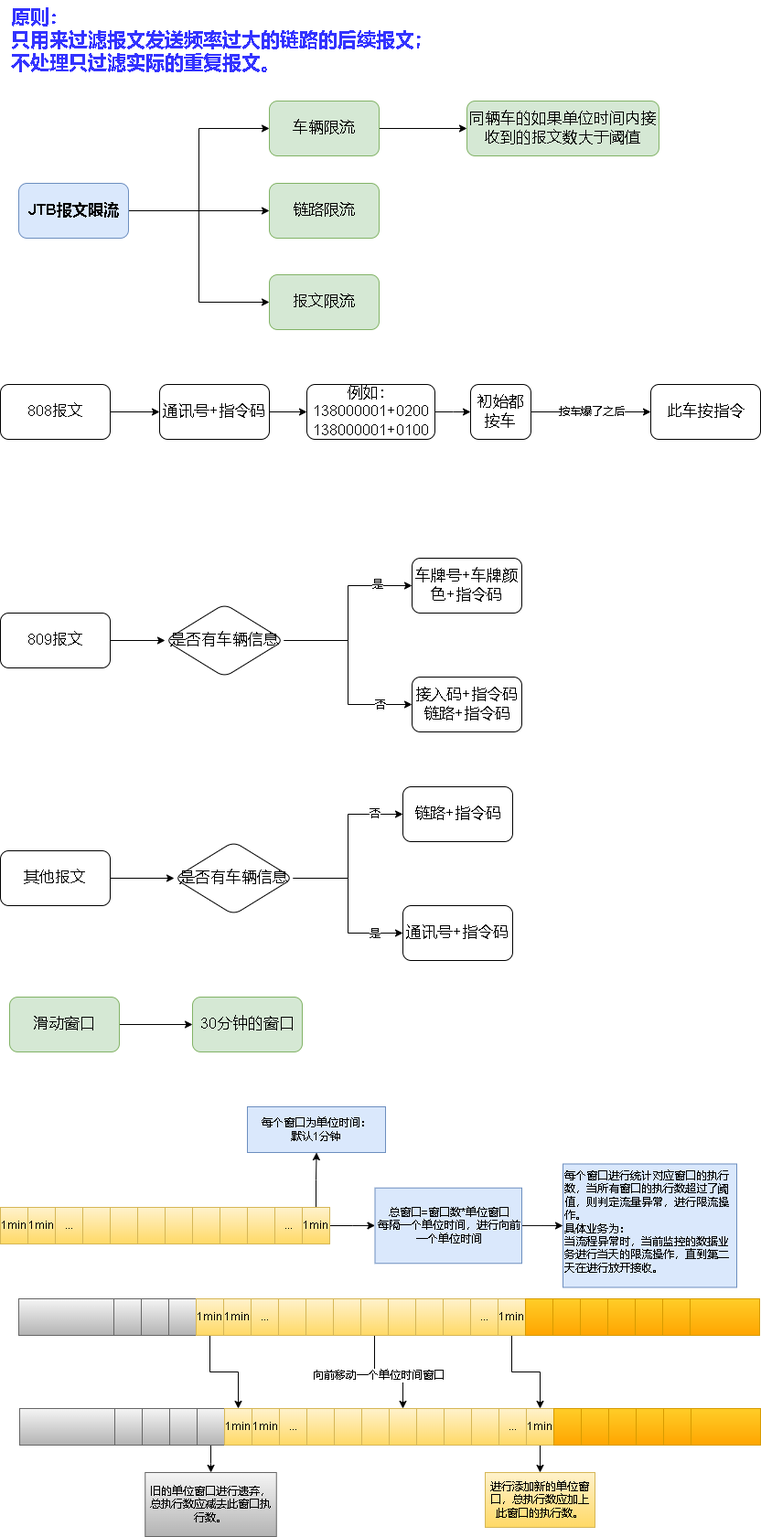
This is jtb报文限流.drawio.png from xktder/draw, a draw.io export, as it was before one commit. Source tidied: cells renumbered, new cells last; positions are measured from the earlier drawing's top-left corner, leaving out a move shared by most shapes.
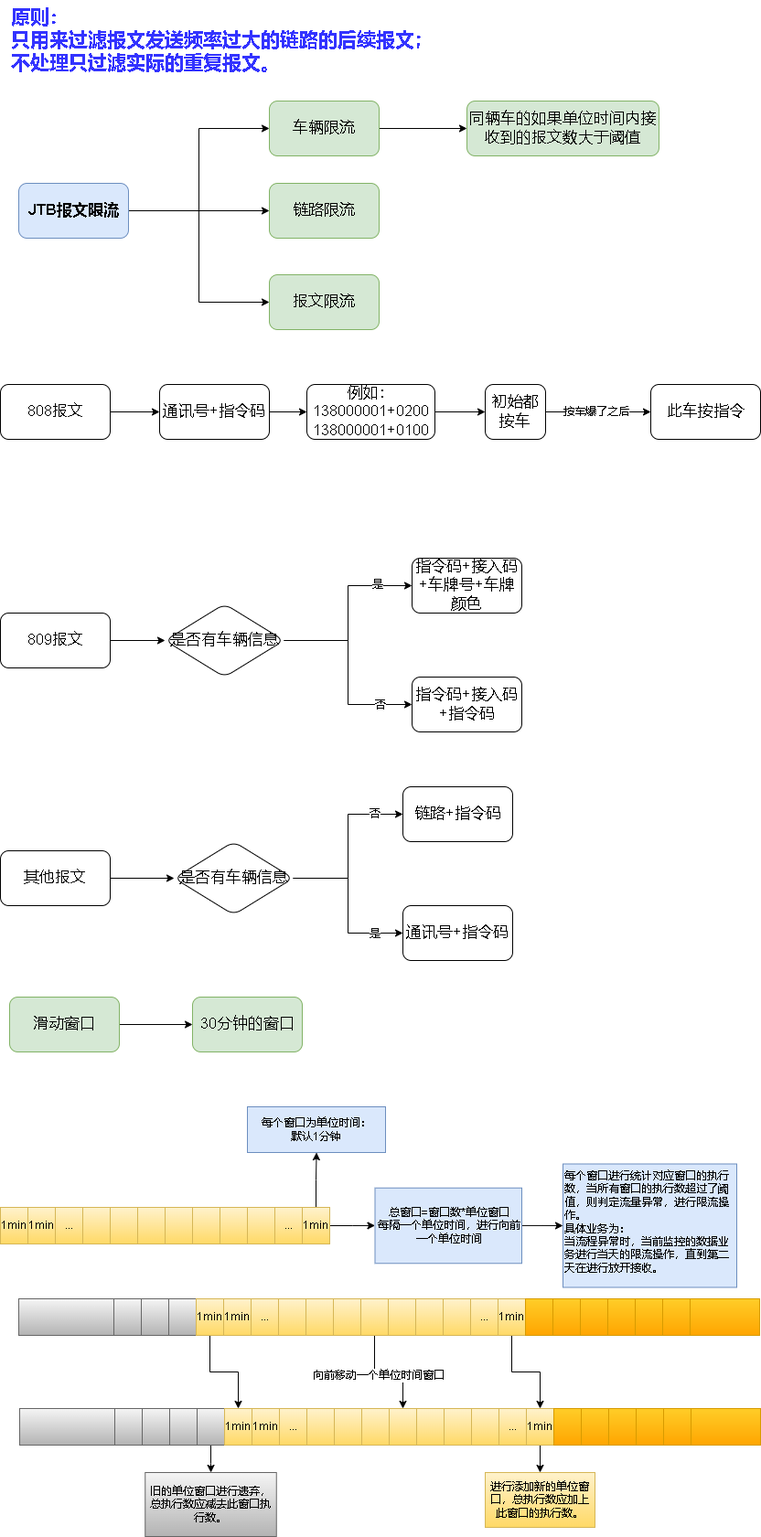
After the change.

Commit message:
更新jtb报文限流.drawio.png

The edit, as a diff of the source:
```diff
@@ -84,10 +84,10 @@
     <mxCell id="27" value="&lt;font style=&quot;font-size: 21px;&quot;&gt;&lt;b&gt;原则：&lt;br&gt;只用来过滤报文发送频率过大的链路的后续报文；&lt;br&gt;不处理只过滤实际的重复报文。&lt;/b&gt;&lt;/font&gt;" style="text;html=1;strokeColor=none;fillColor=none;align=left;verticalAlign=top;whiteSpace=wrap;rounded=0;fontColor=#3333FF;" parent="1" vertex="1">
       <mxGeometry x="10" width="640" height="80" as="geometry" />
     </mxCell>
-    <mxCell id="28" value="接入码+指令码&lt;br&gt;链路+指令码" style="whiteSpace=wrap;html=1;fontSize=17;rounded=1;" parent="1" vertex="1">
+    <mxCell id="28" value="指令码+接入码&lt;br&gt;+指令码" style="whiteSpace=wrap;html=1;fontSize=17;rounded=1;" parent="1" vertex="1">
       <mxGeometry x="450" y="740" width="120" height="60" as="geometry" />
     </mxCell>
-    <mxCell id="29" value="车牌号+车牌颜色+指令码" style="whiteSpace=wrap;html=1;fontSize=17;rounded=1;" parent="1" vertex="1">
+    <mxCell id="29" value="指令码+接入码+车牌号+车牌颜色" style="whiteSpace=wrap;html=1;fontSize=17;rounded=1;" parent="1" vertex="1">
       <mxGeometry x="450" y="610" width="120" height="60" as="geometry" />
     </mxCell>
     <mxCell id="30" style="edgeStyle=orthogonalEdgeStyle;rounded=0;jettySize=auto;html=1;fontSize=12;fontColor=#000000;" parent="1" edge="1" source="34" target="35">
@@ -365,11 +365,11 @@
     </mxCell>
     <mxCell id="114" value="按车爆了之后" style="edgeLabel;html=1;align=center;verticalAlign=middle;fontSize=12;fontColor=#000000;" parent="113" vertex="1">
       <mxGeometry x="-0.2" relative="1" as="geometry">
-        <mxPoint x="13" as="offset" />
+        <mxPoint x="8" as="offset" />
       </mxGeometry>
     </mxCell>
     <mxCell id="115" value="初始都&lt;br&gt;按车" style="whiteSpace=wrap;html=1;fontSize=17;rounded=1;" parent="1" vertex="1">
-      <mxGeometry x="514" y="420" width="66" height="60" as="geometry" />
+      <mxGeometry x="530" y="420" width="66" height="60" as="geometry" />
     </mxCell>
     <mxCell id="116" value="此车按指令" style="whiteSpace=wrap;html=1;fontSize=17;rounded=1;" parent="1" vertex="1">
       <mxGeometry x="711" y="420" width="120" height="60" as="geometry" />
```
